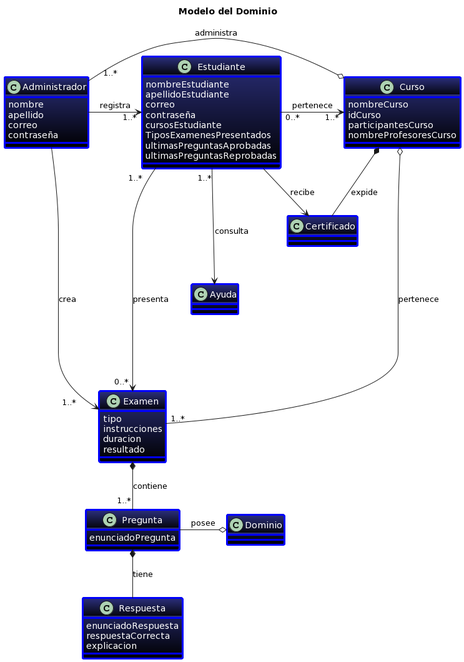
Above: docs/scenariosView/diagramaClasesDominio/Diagrama de clases.png in febres35/EdTech_IS (PlantUML), before the change.
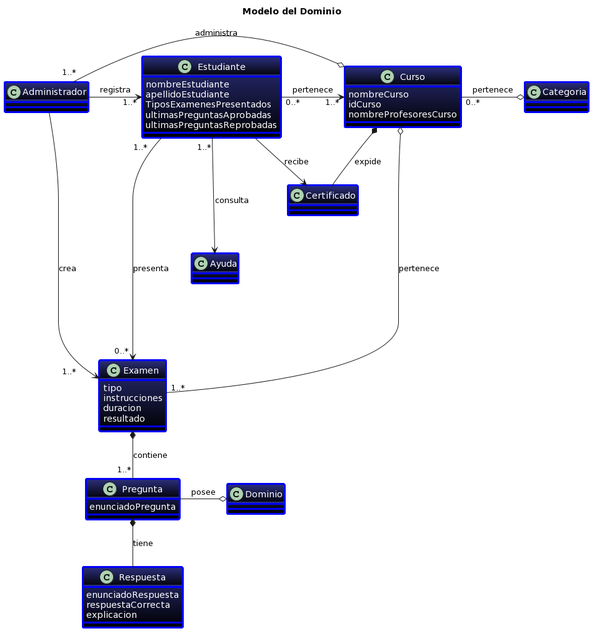
After the change.

Commit message:
subida nuevo png modelo de clases del dominio

The edit, as a diff of the source:
```diff
@@ -8,17 +8,10 @@
   BorderColor blue
 }
 class Administrador{
-  nombre
-  apellido
-  correo
-  contraseña
 }
 class Estudiante{
   nombreEstudiante
   apellidoEstudiante
-  correo
-  contraseña
-  cursosEstudiante
   TiposExamenesPresentados
   ultimasPreguntasAprobadas
   ultimasPreguntasReprobadas
@@ -29,7 +22,6 @@
 class Curso{
   nombreCurso
   idCurso
-  participantesCurso
   nombreProfesoresCurso
 }
 class Examen{
@@ -65,6 +57,7 @@
 Pregunta *-down- Respuesta: tiene
 Pregunta -right-o Dominio: posee
 
+Curso "0..*" -right-o Categoria: pertenece
 Curso o----- "1..*"Examen: pertenece
 Curso *- Certificado: expide
 @enduml
```
